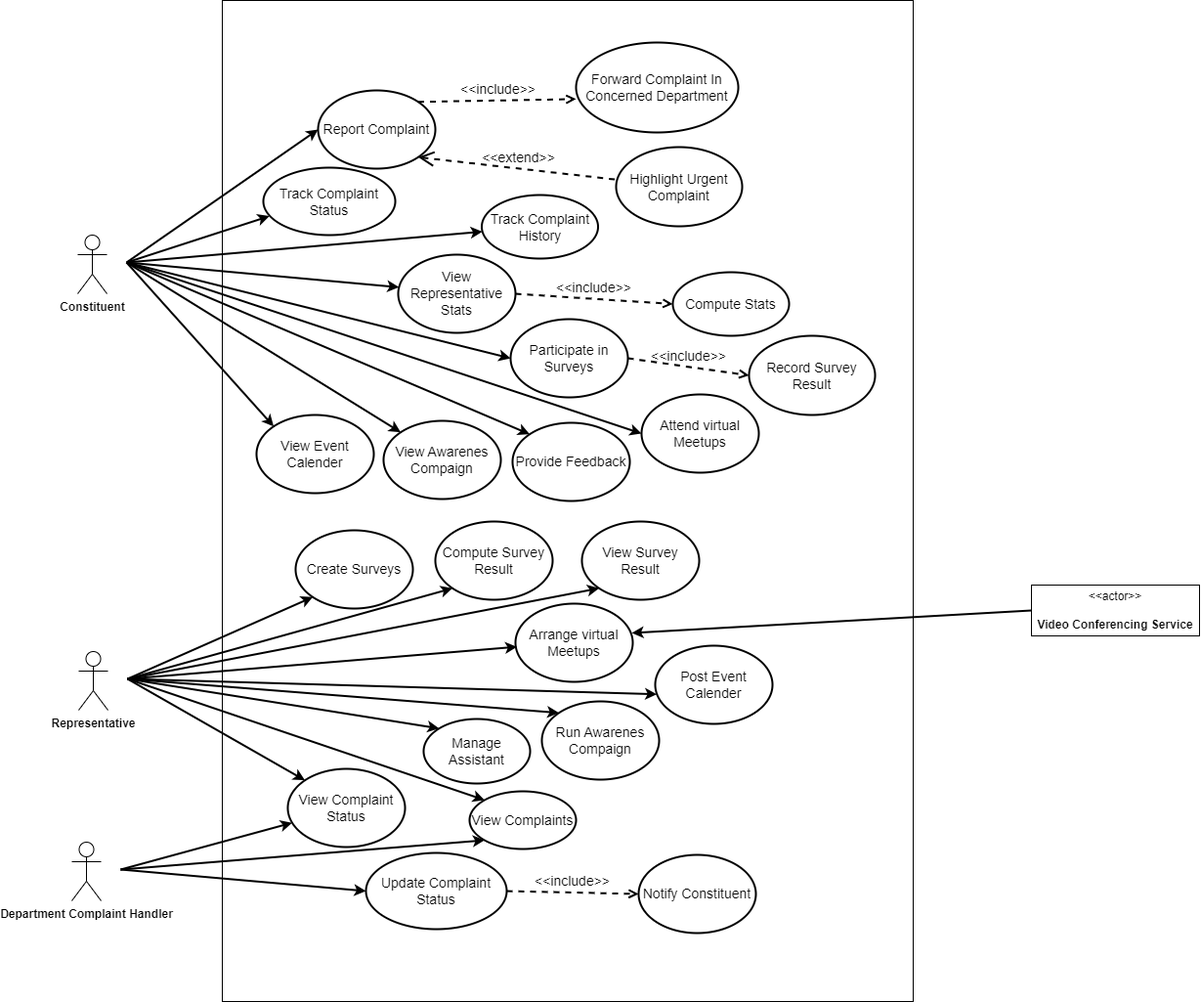
muhammadahsanmirza/fyp-constituency-connect keeps this draw.io diagram as 06 - Use Cases/Usecase Diagram.drawio.png. Above is the earlier version. Source tidied: cells renumbered, new cells last; positions are measured from the earlier drawing's top-left corner, leaving out a move shared by most shapes.
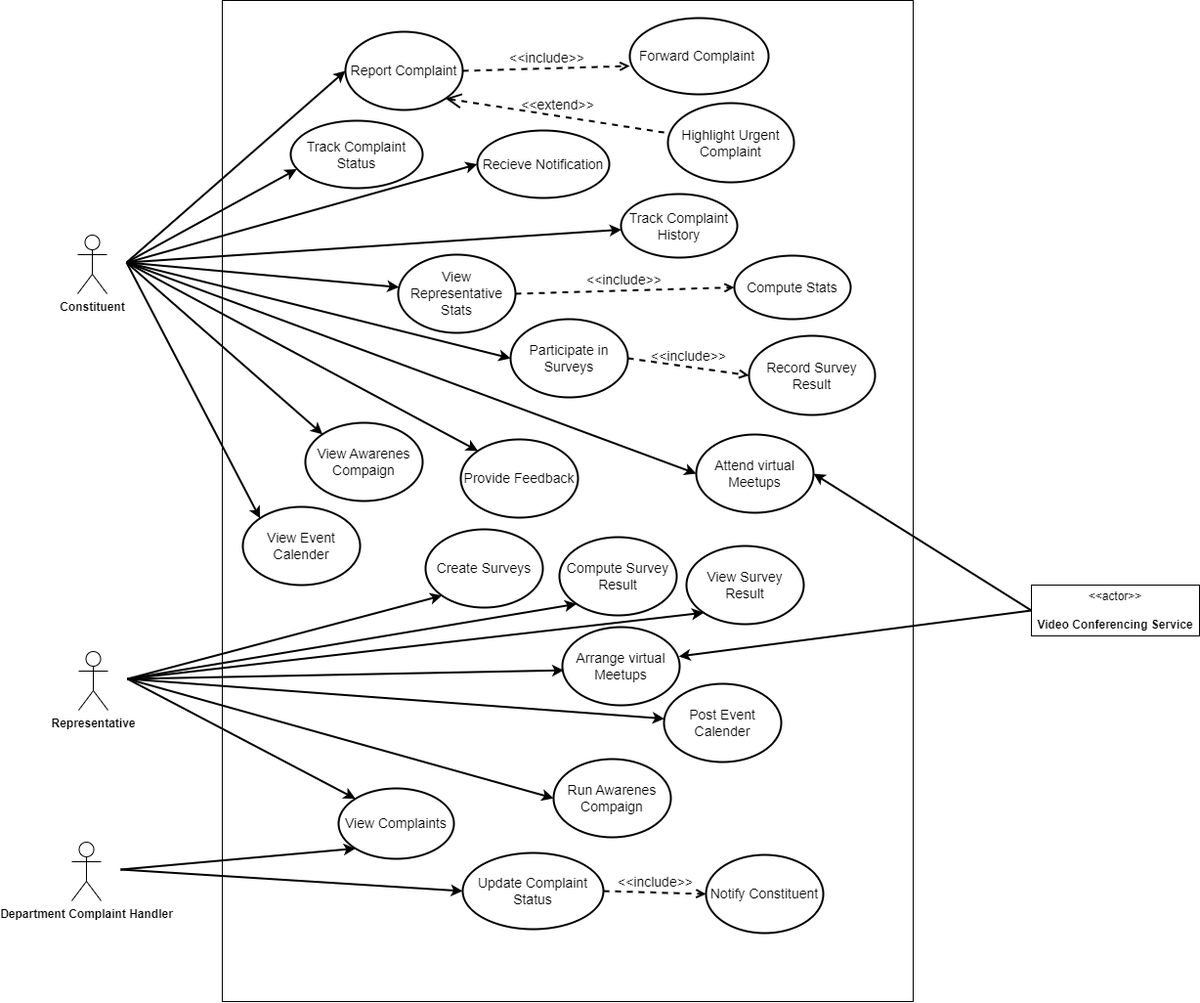
After the change.

Commit message:
Fix Usecase diagram proposed changes

Diff of the diagram source:
```diff
@@ -6,22 +6,22 @@
       <mxGeometry x="154" width="707" height="1024" as="geometry" />
     </mxCell>
     <mxCell id="3" value="&lt;font style=&quot;font-size: 14px;&quot;&gt;Report Complaint&lt;/font&gt;" style="ellipse;whiteSpace=wrap;html=1;fillColor=none;strokeWidth=2;" parent="1" vertex="1">
-      <mxGeometry x="252" y="92" width="120" height="80" as="geometry" />
+      <mxGeometry x="280" y="32" width="120" height="80" as="geometry" />
     </mxCell>
-    <mxCell id="4" value="&lt;font style=&quot;font-size: 14px;&quot;&gt;Forward Complaint In Concerned Department&lt;/font&gt;" style="ellipse;whiteSpace=wrap;html=1;fillColor=none;strokeWidth=2;" parent="1" vertex="1">
-      <mxGeometry x="516" y="43" width="166" height="92" as="geometry" />
+    <mxCell id="4" value="&lt;font style=&quot;font-size: 14px;&quot;&gt;Forward Complaint&amp;nbsp;&lt;/font&gt;" style="ellipse;whiteSpace=wrap;html=1;fillColor=none;strokeWidth=2;" parent="1" vertex="1">
+      <mxGeometry x="571" y="18" width="142" height="78" as="geometry" />
     </mxCell>
     <mxCell id="5" value="&lt;font style=&quot;font-size: 14px;&quot;&gt;Highlight Urgent Complaint&lt;/font&gt;" style="ellipse;whiteSpace=wrap;html=1;fillColor=none;strokeWidth=2;" parent="1" vertex="1">
-      <mxGeometry x="557" y="150" width="129" height="81" as="geometry" />
+      <mxGeometry x="610" y="105" width="129" height="81" as="geometry" />
     </mxCell>
-    <mxCell id="6" value="&lt;font style=&quot;font-size: 14px;&quot;&gt;&amp;lt;&amp;lt;include&amp;gt;&amp;gt;&lt;/font&gt;" style="html=1;verticalAlign=bottom;labelBackgroundColor=none;endArrow=open;endFill=0;dashed=1;rounded=0;fontSize=12;strokeWidth=2;exitX=1;exitY=0;exitDx=0;exitDy=0;entryX=0;entryY=0.629;entryDx=0;entryDy=0;entryPerimeter=0;" parent="1" edge="1" source="3" target="4">
+    <mxCell id="6" value="&lt;font style=&quot;font-size: 14px;&quot;&gt;&amp;lt;&amp;lt;include&amp;gt;&amp;gt;&lt;/font&gt;" style="html=1;verticalAlign=bottom;labelBackgroundColor=none;endArrow=open;endFill=0;dashed=1;rounded=0;fontSize=12;strokeWidth=2;entryX=0;entryY=0.629;entryDx=0;entryDy=0;entryPerimeter=0;exitX=1;exitY=0.5;exitDx=0;exitDy=0;" parent="1" edge="1" source="3" target="4">
       <mxGeometry relative="1" as="geometry" />
     </mxCell>
     <mxCell id="7" value="&amp;lt;&amp;lt;extend&amp;gt;&amp;gt;" style="edgeStyle=none;html=1;startArrow=open;endArrow=none;startSize=12;verticalAlign=bottom;dashed=1;labelBackgroundColor=none;rounded=0;fontSize=14;strokeWidth=2;exitX=1;exitY=1;exitDx=0;exitDy=0;" parent="1" edge="1" source="3" target="5">
       <mxGeometry relative="1" as="geometry" />
     </mxCell>
     <mxCell id="8" value="&lt;font style=&quot;font-size: 14px;&quot;&gt;Track Complaint History&lt;/font&gt;" style="ellipse;whiteSpace=wrap;html=1;fillColor=none;strokeWidth=2;" parent="1" vertex="1">
-      <mxGeometry x="419.5" y="199" width="119" height="65" as="geometry" />
+      <mxGeometry x="562" y="198" width="119" height="65" as="geometry" />
     </mxCell>
     <mxCell id="9" value="&lt;font style=&quot;font-size: 14px;&quot;&gt;View Representative Stats&lt;/font&gt;" style="ellipse;whiteSpace=wrap;html=1;fillColor=none;strokeWidth=2;" parent="1" vertex="1">
       <mxGeometry x="334" y="260" width="120" height="80" as="geometry" />
@@ -30,10 +30,10 @@
       <mxGeometry x="449" y="326" width="120" height="80" as="geometry" />
     </mxCell>
     <mxCell id="11" value="&lt;font style=&quot;font-size: 14px;&quot;&gt;Attend virtual Meetups&lt;/font&gt;" style="ellipse;whiteSpace=wrap;html=1;fillColor=none;strokeWidth=2;" parent="1" vertex="1">
-      <mxGeometry x="583" y="403" width="120" height="80" as="geometry" />
+      <mxGeometry x="639" y="444" width="120" height="80" as="geometry" />
     </mxCell>
     <mxCell id="12" value="&lt;font style=&quot;font-size: 14px;&quot;&gt;Provide Feedback&lt;/font&gt;" style="ellipse;whiteSpace=wrap;html=1;fillColor=none;strokeWidth=2;" parent="1" vertex="1">
-      <mxGeometry x="451" y="432" width="120" height="80" as="geometry" />
+      <mxGeometry x="398" y="449" width="120" height="80" as="geometry" />
     </mxCell>
     <mxCell id="13" style="endArrow=classic;html=1;rounded=0;strokeWidth=2;exitX=1;exitY=0.5;exitDx=0;exitDy=0;entryX=0;entryY=0.5;entryDx=0;entryDy=0;" parent="1" edge="1" source="22" target="3">
       <mxGeometry relative="1" as="geometry" />
@@ -54,7 +54,7 @@
       <mxGeometry relative="1" as="geometry" />
     </mxCell>
     <mxCell id="19" value="&lt;font style=&quot;font-size: 14px;&quot;&gt;Create Surveys&lt;/font&gt;" style="ellipse;whiteSpace=wrap;html=1;fillColor=none;strokeWidth=2;" parent="1" vertex="1">
-      <mxGeometry x="229" y="542" width="120" height="80" as="geometry" />
+      <mxGeometry x="362" y="541" width="120" height="80" as="geometry" />
     </mxCell>
     <mxCell id="20" style="group;" parent="1" vertex="1">
       <mxGeometry x="6" y="240" width="50" height="60" as="geometry" />
@@ -78,47 +78,32 @@
       <mxGeometry relative="1" as="geometry" />
     </mxCell>
     <mxCell id="27" value="&lt;font style=&quot;font-size: 14px;&quot;&gt;Compute Survey Result&lt;/font&gt;" style="ellipse;whiteSpace=wrap;html=1;fillColor=none;strokeWidth=2;" parent="1" vertex="1">
-      <mxGeometry x="372" y="533" width="120" height="80" as="geometry" />
+      <mxGeometry x="499" y="549" width="120" height="80" as="geometry" />
     </mxCell>
     <mxCell id="28" value="&lt;font style=&quot;font-size: 14px;&quot;&gt;Arrange virtual Meetups&lt;/font&gt;" style="ellipse;whiteSpace=wrap;html=1;fillColor=none;strokeWidth=2;" parent="1" vertex="1">
-      <mxGeometry x="454" y="617" width="120" height="80" as="geometry" />
+      <mxGeometry x="502" y="641" width="120" height="80" as="geometry" />
     </mxCell>
     <mxCell id="29" style="endArrow=classic;html=1;rounded=0;strokeWidth=2;exitX=1;exitY=0.5;exitDx=0;exitDy=0;entryX=0.013;entryY=0.552;entryDx=0;entryDy=0;entryPerimeter=0;" parent="1" edge="1" source="25" target="28">
       <mxGeometry relative="1" as="geometry" />
     </mxCell>
-    <mxCell id="30" value="&lt;span style=&quot;font-size: 14px;&quot;&gt;Manage Assistant&lt;/span&gt;" style="ellipse;whiteSpace=wrap;html=1;fillColor=none;strokeWidth=2;" parent="1" vertex="1">
-      <mxGeometry x="360" y="735" width="109" height="66" as="geometry" />
-    </mxCell>
     <mxCell id="31" value="&lt;font style=&quot;font-size: 14px;&quot;&gt;Post Event Calender&lt;/font&gt;" style="ellipse;whiteSpace=wrap;html=1;fillColor=none;strokeWidth=2;" parent="1" vertex="1">
-      <mxGeometry x="597" y="660" width="120" height="80" as="geometry" />
+      <mxGeometry x="606" y="699" width="120" height="80" as="geometry" />
     </mxCell>
     <mxCell id="32" value="&lt;font style=&quot;font-size: 14px;&quot;&gt;Run Awarenes Compaign&lt;/font&gt;" style="ellipse;whiteSpace=wrap;html=1;fillColor=none;strokeWidth=2;" parent="1" vertex="1">
-      <mxGeometry x="481" y="717" width="120" height="80" as="geometry" />
+      <mxGeometry x="493" y="776" width="120" height="80" as="geometry" />
     </mxCell>
-    <mxCell id="33" style="endArrow=classic;html=1;rounded=0;strokeWidth=2;exitX=1;exitY=0.5;exitDx=0;exitDy=0;entryX=0.014;entryY=0.621;entryDx=0;entryDy=0;entryPerimeter=0;" parent="1" edge="1" source="25" target="31">
+    <mxCell id="33" style="endArrow=classic;html=1;rounded=0;strokeWidth=2;exitX=1;exitY=0.5;exitDx=0;exitDy=0;" parent="1" edge="1" source="25" target="31">
       <mxGeometry relative="1" as="geometry" />
     </mxCell>
-    <mxCell id="34" style="endArrow=classic;html=1;rounded=0;strokeWidth=2;exitX=1;exitY=0.5;exitDx=0;exitDy=0;entryX=0;entryY=0;entryDx=0;entryDy=0;" parent="1" edge="1" source="25" target="32">
+    <mxCell id="34" style="endArrow=classic;html=1;rounded=0;strokeWidth=2;exitX=1;exitY=0.5;exitDx=0;exitDy=0;entryX=0;entryY=0.5;entryDx=0;entryDy=0;" parent="1" edge="1" source="25" target="32">
       <mxGeometry relative="1" as="geometry" />
     </mxCell>
-    <mxCell id="35" value="&lt;span style=&quot;font-size: 14px;&quot;&gt;View Complaint Status&lt;/span&gt;" style="ellipse;whiteSpace=wrap;html=1;fillColor=none;strokeWidth=2;" parent="1" vertex="1">
-      <mxGeometry x="221" y="786" width="120" height="80" as="geometry" />
-    </mxCell>
-    <mxCell id="36" style="endArrow=classic;html=1;rounded=0;strokeWidth=2;exitX=1;exitY=0.5;exitDx=0;exitDy=0;entryX=0;entryY=0;entryDx=0;entryDy=0;" parent="1" edge="1" source="25" target="30">
-      <mxGeometry relative="1" as="geometry" />
-    </mxCell>
-    <mxCell id="37" style="endArrow=classic;html=1;rounded=0;strokeWidth=2;exitX=1;exitY=0.5;exitDx=0;exitDy=0;entryX=0;entryY=0;entryDx=0;entryDy=0;" parent="1" edge="1" source="25" target="35">
-      <mxGeometry relative="1" as="geometry" />
-    </mxCell>
     <mxCell id="38" value="&lt;span style=&quot;font-size: 14px;&quot;&gt;View Complaints&lt;/span&gt;" style="ellipse;whiteSpace=wrap;html=1;fillColor=none;strokeWidth=2;" parent="1" vertex="1">
-      <mxGeometry x="407" y="809" width="109" height="59" as="geometry" />
+      <mxGeometry x="273" y="806" width="118" height="72" as="geometry" />
     </mxCell>
     <mxCell id="39" value="&lt;font style=&quot;font-size: 14px;&quot;&gt;Notify Constituent&lt;/font&gt;" style="ellipse;whiteSpace=wrap;html=1;fillColor=none;strokeWidth=2;" parent="1" vertex="1">
-      <mxGeometry x="580" y="874" width="120" height="80" as="geometry" />
+      <mxGeometry x="649" y="874" width="120" height="80" as="geometry" />
     </mxCell>
-    <mxCell id="40" style="endArrow=classic;html=1;rounded=0;strokeWidth=2;exitX=1;exitY=0.5;exitDx=0;exitDy=0;" parent="1" edge="1" source="57" target="35">
-      <mxGeometry relative="1" as="geometry" />
-    </mxCell>
     <mxCell id="41" value="&amp;lt;&amp;lt;actor&amp;gt;&amp;gt;&lt;br&gt;&lt;br&gt;&lt;b&gt;Video Conferencing Service&lt;/b&gt;" style="html=1;align=center;verticalAlign=middle;dashed=0;whiteSpace=wrap;" parent="1" vertex="1">
       <mxGeometry x="982" y="598" width="172" height="52" as="geometry" />
     </mxCell>
@@ -129,7 +114,7 @@
       <mxGeometry relative="1" as="geometry" />
     </mxCell>
     <mxCell id="44" value="&lt;font style=&quot;font-size: 14px;&quot;&gt;Track Complaint Status&lt;/font&gt;" style="ellipse;whiteSpace=wrap;html=1;fillColor=none;strokeWidth=2;" parent="1" vertex="1">
-      <mxGeometry x="196" y="171" width="135" height="69" as="geometry" />
+      <mxGeometry x="224" y="123" width="135" height="69" as="geometry" />
     </mxCell>
     <mxCell id="45" style="endArrow=classic;html=1;rounded=0;strokeWidth=2;exitX=1;exitY=0.5;exitDx=0;exitDy=0;entryX=0.046;entryY=0.719;entryDx=0;entryDy=0;entryPerimeter=0;" parent="1" edge="1" source="22" target="44">
       <mxGeometry relative="1" as="geometry" />
@@ -138,16 +123,16 @@
       <mxGeometry relative="1" as="geometry" />
     </mxCell>
     <mxCell id="47" value="&lt;font style=&quot;font-size: 14px;&quot;&gt;Compute Stats&lt;/font&gt;" style="ellipse;whiteSpace=wrap;html=1;fillColor=none;strokeWidth=2;" parent="1" vertex="1">
-      <mxGeometry x="615" y="278" width="119" height="65" as="geometry" />
+      <mxGeometry x="678" y="261" width="119" height="65" as="geometry" />
     </mxCell>
     <mxCell id="48" value="&lt;font style=&quot;font-size: 14px;&quot;&gt;View Awarenes Compaign&lt;/font&gt;" style="ellipse;whiteSpace=wrap;html=1;fillColor=none;strokeWidth=2;" parent="1" vertex="1">
-      <mxGeometry x="319" y="430" width="120" height="80" as="geometry" />
+      <mxGeometry x="239" y="432" width="120" height="80" as="geometry" />
     </mxCell>
     <mxCell id="49" style="endArrow=classic;html=1;rounded=0;strokeWidth=2;exitX=1;exitY=0.5;exitDx=0;exitDy=0;entryX=0;entryY=0;entryDx=0;entryDy=0;" parent="1" edge="1" source="22" target="48">
       <mxGeometry relative="1" as="geometry" />
     </mxCell>
     <mxCell id="50" value="&lt;font style=&quot;font-size: 14px;&quot;&gt;View Event Calender&lt;/font&gt;" style="ellipse;whiteSpace=wrap;html=1;fillColor=none;strokeWidth=2;" parent="1" vertex="1">
-      <mxGeometry x="189" y="424" width="120" height="80" as="geometry" />
+      <mxGeometry x="175" y="518" width="120" height="80" as="geometry" />
     </mxCell>
     <mxCell id="51" style="endArrow=classic;html=1;rounded=0;strokeWidth=2;exitX=1;exitY=0.5;exitDx=0;exitDy=0;entryX=0;entryY=0;entryDx=0;entryDy=0;" parent="1" edge="1" source="22" target="50">
       <mxGeometry relative="1" as="geometry" />
@@ -156,7 +141,7 @@
       <mxGeometry relative="1" as="geometry" />
     </mxCell>
     <mxCell id="53" value="&lt;font style=&quot;font-size: 14px;&quot;&gt;View Survey Result&lt;/font&gt;" style="ellipse;whiteSpace=wrap;html=1;fillColor=none;strokeWidth=2;" parent="1" vertex="1">
-      <mxGeometry x="522" y="533" width="120" height="80" as="geometry" />
+      <mxGeometry x="629" y="558" width="120" height="80" as="geometry" />
     </mxCell>
     <mxCell id="54" style="endArrow=classic;html=1;rounded=0;strokeWidth=2;exitX=1;exitY=0.5;exitDx=0;exitDy=0;entryX=0;entryY=1;entryDx=0;entryDy=0;" parent="1" edge="1" source="25" target="53">
       <mxGeometry relative="1" as="geometry" />
@@ -171,7 +156,7 @@
       <mxGeometry x="40" y="23" width="10" height="10" as="geometry" />
     </mxCell>
     <mxCell id="58" value="&lt;span style=&quot;font-size: 14px;&quot;&gt;Update Complaint Status&lt;/span&gt;" style="ellipse;whiteSpace=wrap;html=1;fillColor=none;strokeWidth=2;" parent="1" vertex="1">
-      <mxGeometry x="301" y="872" width="144" height="78" as="geometry" />
+      <mxGeometry x="400" y="872" width="144" height="78" as="geometry" />
     </mxCell>
     <mxCell id="59" style="endArrow=classic;html=1;rounded=0;strokeWidth=2;exitX=1;exitY=0.5;exitDx=0;exitDy=0;entryX=0;entryY=1;entryDx=0;entryDy=0;" parent="1" edge="1" source="57" target="38">
       <mxGeometry relative="1" as="geometry" />
@@ -191,5 +176,16 @@
     <mxCell id="64" value="&lt;font style=&quot;font-size: 14px;&quot;&gt;&amp;lt;&amp;lt;include&amp;gt;&amp;gt;&lt;/font&gt;" style="html=1;verticalAlign=bottom;labelBackgroundColor=none;endArrow=open;endFill=0;dashed=1;rounded=0;fontSize=12;strokeWidth=2;exitX=1;exitY=0.5;exitDx=0;exitDy=0;entryX=0;entryY=0.5;entryDx=0;entryDy=0;" parent="1" edge="1" source="10" target="63">
       <mxGeometry relative="1" as="geometry" />
     </mxCell>
+    <mxCell id="65" style="endArrow=classic;html=1;rounded=0;strokeWidth=2;exitX=0;exitY=0.5;exitDx=0;exitDy=0;entryX=1;entryY=0.5;entryDx=0;entryDy=0;" parent="1" edge="1" source="41" target="11">
+      <mxGeometry relative="1" as="geometry" />
+    </mxCell>
+    <mxCell id="66" value="&lt;font style=&quot;font-size: 14px;&quot;&gt;Recieve Notification&lt;/font&gt;" style="ellipse;whiteSpace=wrap;html=1;fillColor=none;strokeWidth=2;" parent="1" vertex="1">
+      <mxGeometry x="415" y="133" width="135" height="69" as="geometry" />
+    </mxCell>
+    <mxCell id="67" style="endArrow=classic;html=1;rounded=0;strokeWidth=2;entryX=0;entryY=0.5;entryDx=0;entryDy=0;" parent="1" edge="1" target="66">
+      <mxGeometry relative="1" as="geometry">
+        <mxPoint x="57" y="268" as="sourcePoint" />
+      </mxGeometry>
+    </mxCell>
   </root>
 </mxGraphModel>
```
